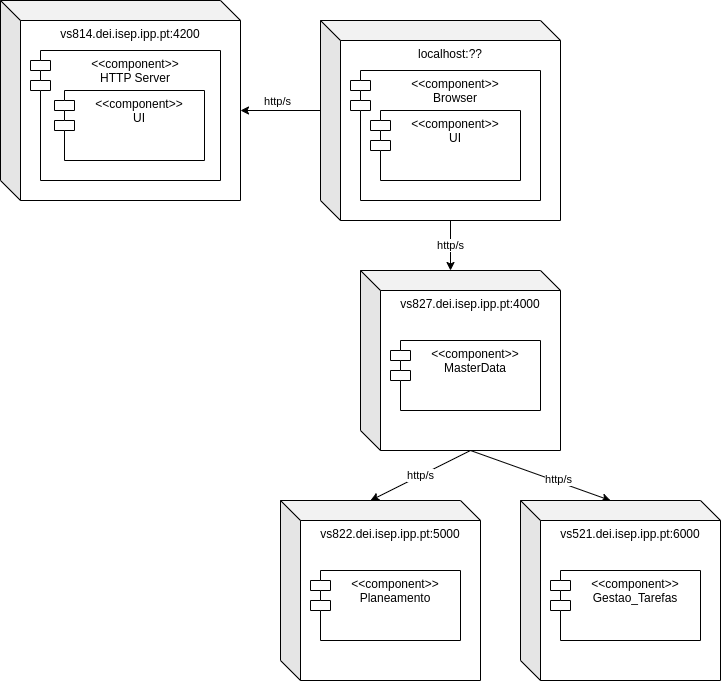
Above: wiki/diagramas/SprintC/nivel2/VistaFisicaNVL2.png in rpeir/LAPR5 (draw.io), before the change. Source tidied: cells renumbered, new cells last; positions are measured from the earlier drawing's top-left corner, leaving out a move shared by most shapes. Source of this version:
```xml
<mxGraphModel background="#FFFFFF">
  <root>
    <mxCell id="0" />
    <mxCell id="1" parent="0" />
    <mxCell id="2" style="rounded=0;jettySize=auto;html=1;exitX=0;exitY=0;exitDx=0;exitDy=90;exitPerimeter=0;entryX=0;entryY=0;entryDx=240;entryDy=110;entryPerimeter=0;" parent="1" edge="1" source="5" target="15">
      <mxGeometry relative="1" as="geometry" />
    </mxCell>
    <mxCell id="3" value="http/s" style="edgeLabel;html=1;align=center;verticalAlign=middle;" parent="2" vertex="1">
      <mxGeometry x="-0.28" y="-2" relative="1" as="geometry">
        <mxPoint x="-14" y="-8" as="offset" />
      </mxGeometry>
    </mxCell>
    <mxCell id="4" value="http/s" style="edgeStyle=none;rounded=0;jettySize=auto;html=1;exitX=0;exitY=0;exitDx=130;exitDy=200;exitPerimeter=0;entryX=0;entryY=0;entryDx=90;entryDy=0;entryPerimeter=0;" parent="1" edge="1" source="5" target="13">
      <mxGeometry relative="1" as="geometry" />
    </mxCell>
    <mxCell id="5" value="localhost:??" style="shape=cube;whiteSpace=wrap;html=1;boundedLbl=1;backgroundOutline=1;darkOpacity=0.05;darkOpacity2=0.1;verticalAlign=top;" parent="1" vertex="1">
      <mxGeometry x="320" y="20" width="240" height="200" as="geometry" />
    </mxCell>
    <mxCell id="6" value="&lt;&lt;component&gt;&gt;&#10;Browser" style="shape=module;align=left;spacingLeft=20;align=center;verticalAlign=top;" parent="1" vertex="1">
      <mxGeometry x="350" y="70" width="190" height="130" as="geometry" />
    </mxCell>
    <mxCell id="7" value="vs822.dei.isep.ipp.pt:5000" style="shape=cube;whiteSpace=wrap;html=1;boundedLbl=1;backgroundOutline=1;darkOpacity=0.05;darkOpacity2=0.1;verticalAlign=top;" parent="1" vertex="1">
      <mxGeometry x="280" y="500" width="200" height="180" as="geometry" />
    </mxCell>
    <mxCell id="8" value="&lt;&lt;component&gt;&gt;&#10;UI" style="shape=module;align=left;spacingLeft=20;align=center;verticalAlign=top;" parent="1" vertex="1">
      <mxGeometry x="370" y="110" width="150" height="70" as="geometry" />
    </mxCell>
    <mxCell id="9" value="&lt;&lt;component&gt;&gt;&#10;Planeamento" style="shape=module;align=left;spacingLeft=20;align=center;verticalAlign=top;" parent="1" vertex="1">
      <mxGeometry x="310" y="570" width="150" height="70" as="geometry" />
    </mxCell>
    <mxCell id="10" value="http/s" style="edgeStyle=none;rounded=0;jettySize=auto;html=1;exitX=0;exitY=0;exitDx=110;exitDy=180;exitPerimeter=0;entryX=0;entryY=0;entryDx=90;entryDy=0;entryPerimeter=0;" parent="1" edge="1" source="13" target="7">
      <mxGeometry relative="1" as="geometry" />
    </mxCell>
    <mxCell id="11" style="edgeStyle=none;rounded=0;jettySize=auto;html=1;exitX=0;exitY=0;exitDx=110;exitDy=180;exitPerimeter=0;entryX=0;entryY=0;entryDx=90;entryDy=0;entryPerimeter=0;" parent="1" edge="1" source="13" target="18">
      <mxGeometry relative="1" as="geometry" />
    </mxCell>
    <mxCell id="12" value="http/s" style="edgeLabel;html=1;align=center;verticalAlign=middle;" parent="11" vertex="1">
      <mxGeometry x="0.24" y="3" relative="1" as="geometry" />
    </mxCell>
    <mxCell id="13" value="vs827.dei.isep.ipp.pt:4000" style="shape=cube;whiteSpace=wrap;html=1;boundedLbl=1;backgroundOutline=1;darkOpacity=0.05;darkOpacity2=0.1;verticalAlign=top;" parent="1" vertex="1">
      <mxGeometry x="360" y="270" width="200" height="180" as="geometry" />
    </mxCell>
    <mxCell id="14" value="&lt;&lt;component&gt;&gt;&#10;MasterData" style="shape=module;align=left;spacingLeft=20;align=center;verticalAlign=top;" parent="1" vertex="1">
      <mxGeometry x="390" y="340" width="150" height="70" as="geometry" />
    </mxCell>
    <mxCell id="15" value="vs814.dei.isep.ipp.pt:4200" style="shape=cube;whiteSpace=wrap;html=1;boundedLbl=1;backgroundOutline=1;darkOpacity=0.05;darkOpacity2=0.1;verticalAlign=top;" parent="1" vertex="1">
      <mxGeometry width="240" height="200" as="geometry" />
    </mxCell>
    <mxCell id="16" value="&lt;&lt;component&gt;&gt;&#10;HTTP Server" style="shape=module;align=left;spacingLeft=20;align=center;verticalAlign=top;" parent="1" vertex="1">
      <mxGeometry x="30" y="50" width="190" height="130" as="geometry" />
    </mxCell>
    <mxCell id="17" value="&lt;&lt;component&gt;&gt;&#10;UI" style="shape=module;align=left;spacingLeft=20;align=center;verticalAlign=top;" parent="1" vertex="1">
      <mxGeometry x="54" y="90" width="150" height="70" as="geometry" />
    </mxCell>
    <mxCell id="18" value="vs521.dei.isep.ipp.pt:6000" style="shape=cube;whiteSpace=wrap;html=1;boundedLbl=1;backgroundOutline=1;darkOpacity=0.05;darkOpacity2=0.1;verticalAlign=top;" parent="1" vertex="1">
      <mxGeometry x="520" y="500" width="200" height="180" as="geometry" />
    </mxCell>
    <mxCell id="19" value="&lt;&lt;component&gt;&gt;&#10;Gestao_Tarefas" style="shape=module;align=left;spacingLeft=20;align=center;verticalAlign=top;" parent="1" vertex="1">
      <mxGeometry x="550" y="570" width="150" height="70" as="geometry" />
    </mxCell>
  </root>
</mxGraphModel>
```
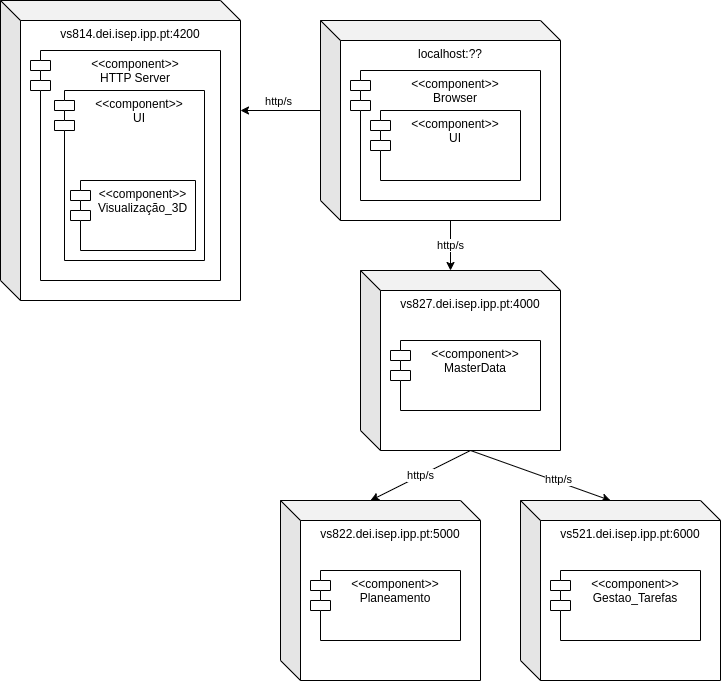
The same diagram one commit later.

Change to the diagram source:
```diff
@@ -44,13 +44,13 @@
       <mxGeometry x="390" y="340" width="150" height="70" as="geometry" />
     </mxCell>
     <mxCell id="15" value="vs814.dei.isep.ipp.pt:4200" style="shape=cube;whiteSpace=wrap;html=1;boundedLbl=1;backgroundOutline=1;darkOpacity=0.05;darkOpacity2=0.1;verticalAlign=top;" parent="1" vertex="1">
-      <mxGeometry width="240" height="200" as="geometry" />
+      <mxGeometry width="240" height="300" as="geometry" />
     </mxCell>
     <mxCell id="16" value="&lt;&lt;component&gt;&gt;&#10;HTTP Server" style="shape=module;align=left;spacingLeft=20;align=center;verticalAlign=top;" parent="1" vertex="1">
-      <mxGeometry x="30" y="50" width="190" height="130" as="geometry" />
+      <mxGeometry x="30" y="50" width="190" height="230" as="geometry" />
     </mxCell>
     <mxCell id="17" value="&lt;&lt;component&gt;&gt;&#10;UI" style="shape=module;align=left;spacingLeft=20;align=center;verticalAlign=top;" parent="1" vertex="1">
-      <mxGeometry x="54" y="90" width="150" height="70" as="geometry" />
+      <mxGeometry x="54" y="90" width="150" height="170" as="geometry" />
     </mxCell>
     <mxCell id="18" value="vs521.dei.isep.ipp.pt:6000" style="shape=cube;whiteSpace=wrap;html=1;boundedLbl=1;backgroundOutline=1;darkOpacity=0.05;darkOpacity2=0.1;verticalAlign=top;" parent="1" vertex="1">
       <mxGeometry x="520" y="500" width="200" height="180" as="geometry" />
@@ -58,5 +58,8 @@
     <mxCell id="19" value="&lt;&lt;component&gt;&gt;&#10;Gestao_Tarefas" style="shape=module;align=left;spacingLeft=20;align=center;verticalAlign=top;" parent="1" vertex="1">
       <mxGeometry x="550" y="570" width="150" height="70" as="geometry" />
     </mxCell>
+    <mxCell id="20" value="&lt;&lt;component&gt;&gt;&#10;Visualização_3D" style="shape=module;align=left;spacingLeft=20;align=center;verticalAlign=top;" parent="1" vertex="1">
+      <mxGeometry x="70" y="180" width="125" height="70" as="geometry" />
+    </mxCell>
   </root>
 </mxGraphModel>
```
